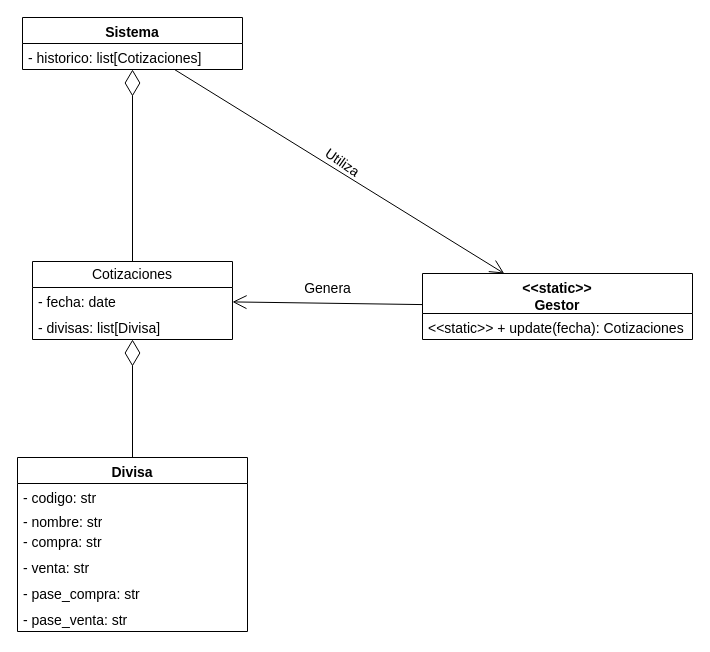
Earlier version of the draw.io diagram Ej2-Clases.drawio (mnlcz/interview-ej2). Source tidied: cells renumbered, new cells numbered last; positions are measured from the earlier drawing's top-left corner, leaving out a move shared by most shapes. Both pictures are drawn from the tidied source at 100%, with x=0, y=0 at pixel (17, 17).
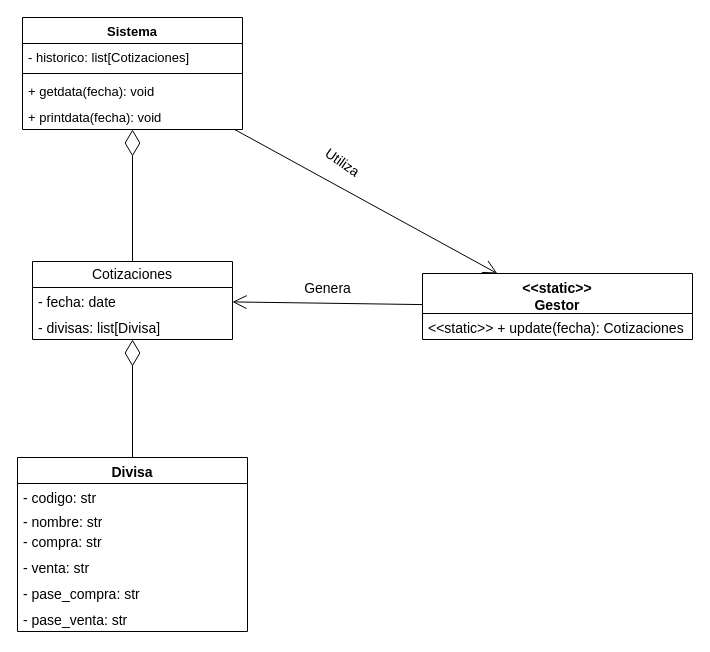
Above is the later version.

What changed in the source:
```diff
@@
-    <mxCell id="12" value="Sistema" style="swimlane;fontStyle=1;align=center;verticalAlign=top;horizontal=1;startSize=26;whiteSpace=wrap;html=1;fontSize=14;" parent="1" vertex="1">
-      <mxGeometry x="5" width="220" height="52" as="geometry" />
+    <mxCell id="12" value="Sistema" style="swimlane;fontStyle=1;align=center;verticalAlign=top;horizontal=1;startSize=26;whiteSpace=wrap;html=1;fontSize=13;" parent="1" vertex="1">
+      <mxGeometry x="5" width="220" height="112" as="geometry" />
     </mxCell>
-    <mxCell id="13" value="&lt;font&gt;- historico: list[Cotizaciones]&lt;/font&gt;" style="text;strokeColor=none;fillColor=none;align=left;verticalAlign=top;spacingLeft=4;spacingRight=4;overflow=hidden;whiteSpace=wrap;html=1;fontSize=14;" parent="12" vertex="1">
+    <mxCell id="13" value="&lt;font&gt;- historico: list[Cotizaciones]&lt;/font&gt;" style="text;strokeColor=none;fillColor=none;align=left;verticalAlign=top;spacingLeft=4;spacingRight=4;overflow=hidden;whiteSpace=wrap;html=1;fontSize=13;" parent="12" vertex="1">
       <mxGeometry y="26" width="220" height="26" as="geometry" />
     </mxCell>
+    <mxCell id="22" style="line;strokeWidth=1;fillColor=none;align=left;verticalAlign=middle;spacingTop=-1;spacingLeft=3;spacingRight=3;labelPosition=right;strokeColor=inherit;fontSize=13;" parent="12" vertex="1">
+      <mxGeometry y="52" width="220" height="8" as="geometry" />
+    </mxCell>
+    <mxCell id="23" value="+ getdata(fecha): void&lt;div&gt;&lt;br&gt;&lt;/div&gt;" style="text;strokeColor=none;fillColor=none;align=left;verticalAlign=top;spacingLeft=4;spacingRight=4;overflow=hidden;whiteSpace=wrap;html=1;fontSize=13;" parent="12" vertex="1">
+      <mxGeometry y="60" width="220" height="26" as="geometry" />
+    </mxCell>
+    <mxCell id="24" value="+ printdata(fecha): void" style="text;strokeColor=none;fillColor=none;align=left;verticalAlign=top;spacingLeft=4;spacingRight=4;overflow=hidden;whiteSpace=wrap;html=1;fontSize=13;" parent="12" vertex="1">
+      <mxGeometry y="86" width="220" height="26" as="geometry" />
+    </mxCell>
```
